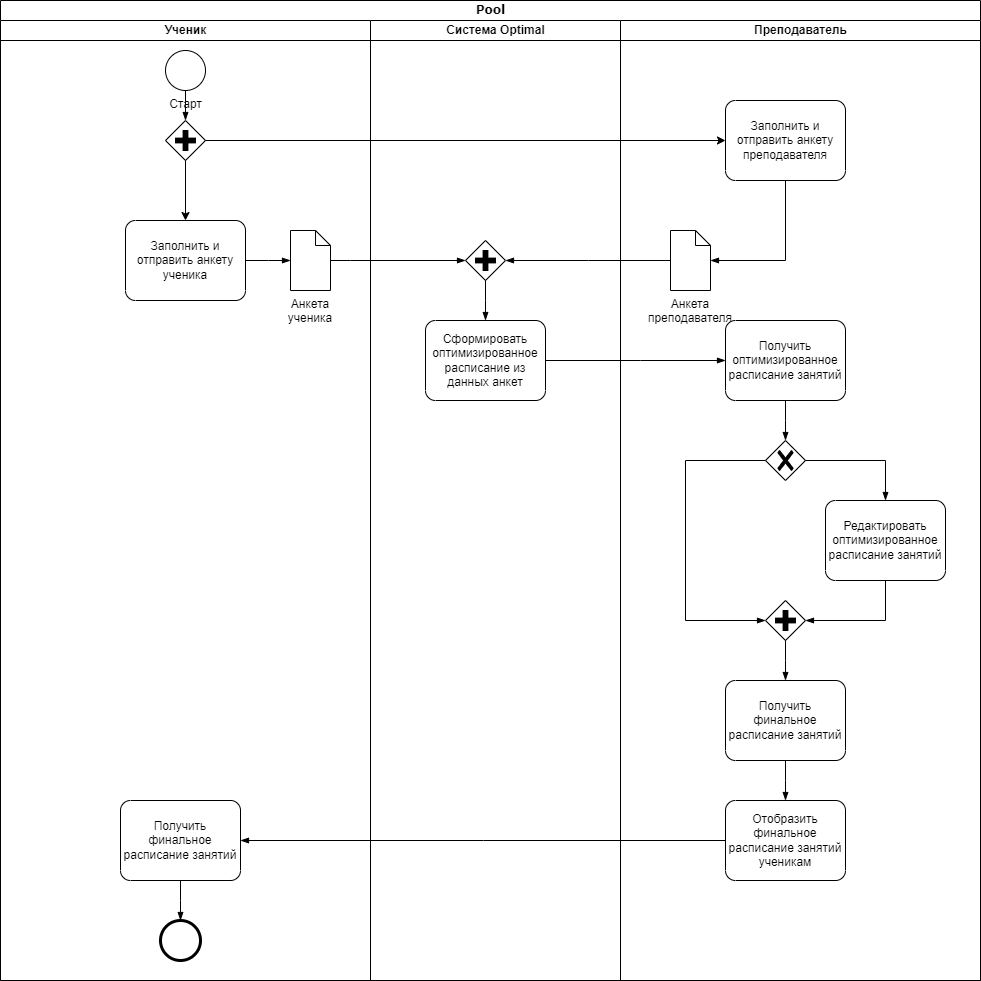
Earlier version of the draw.io export BPMN.png (watashinonericell/myrepos). Source tidied: cells renumbered, new cells last; positions are measured from the earlier drawing's top-left corner, leaving out a move shared by most shapes.
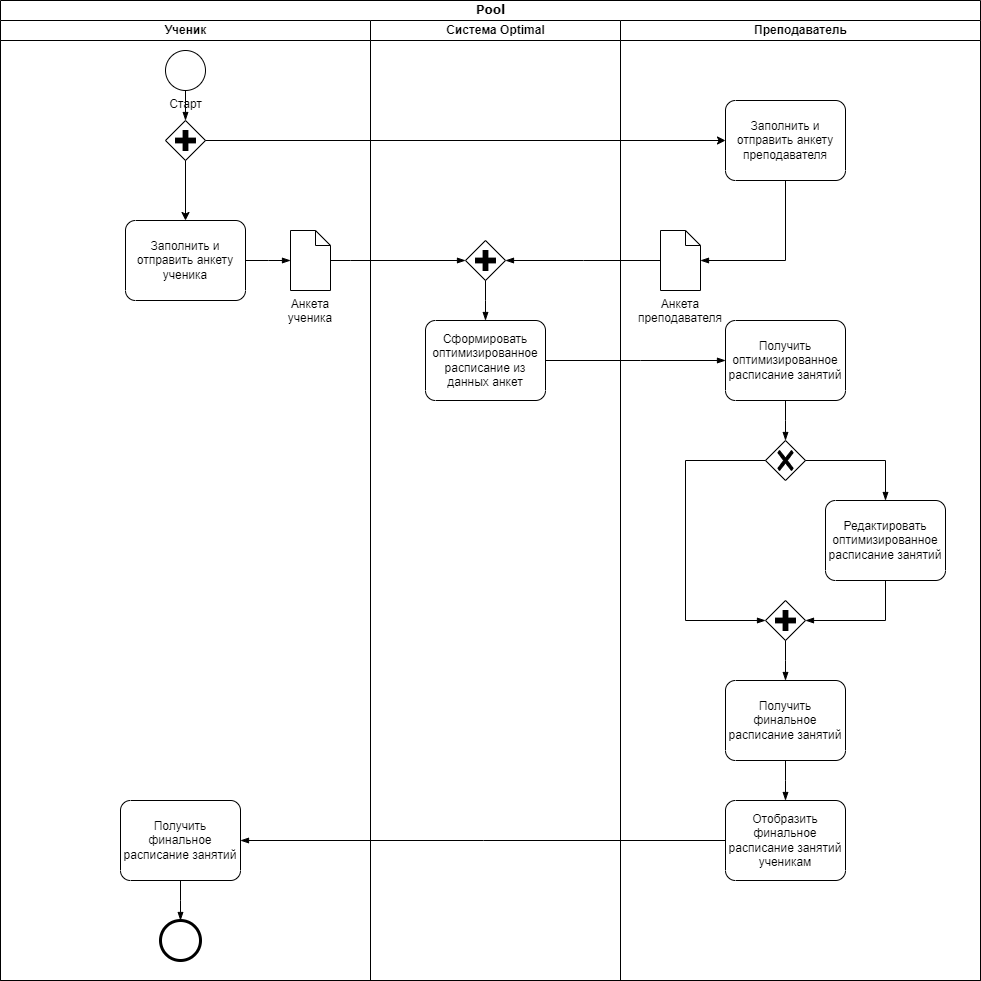
After the change.

What changed in the source:
```diff
@@ -115,11 +115,10 @@
       <mxGeometry x="105" y="780" width="120" height="80" as="geometry" />
     </mxCell>
     <mxCell id="34" value="Анкета преподавателя" style="shape=mxgraph.bpmn.data;labelPosition=center;verticalLabelPosition=bottom;align=center;verticalAlign=top;whiteSpace=wrap;size=15;html=1;" parent="20" vertex="1">
-      <mxGeometry x="50" y="210" width="40" height="60" as="geometry" />
+      <mxGeometry x="40" y="210" width="40" height="60" as="geometry" />
     </mxCell>
-    <mxCell id="35" style="edgeStyle=elbowEdgeStyle;fontSize=12;html=1;endArrow=blockThin;endFill=1;rounded=0;exitX=0.5;exitY=1;exitDx=0;exitDy=0;exitPerimeter=0;" parent="20" edge="1" source="21">
+    <mxCell id="35" style="edgeStyle=elbowEdgeStyle;fontSize=12;html=1;endArrow=blockThin;endFill=1;rounded=0;exitX=0.5;exitY=1;exitDx=0;exitDy=0;exitPerimeter=0;" parent="20" edge="1" source="21" target="34">
       <mxGeometry relative="1" as="geometry">
-        <mxPoint x="90" y="240" as="targetPoint" />
         <Array as="points">
           <mxPoint x="165" y="200" />
         </Array>
```
